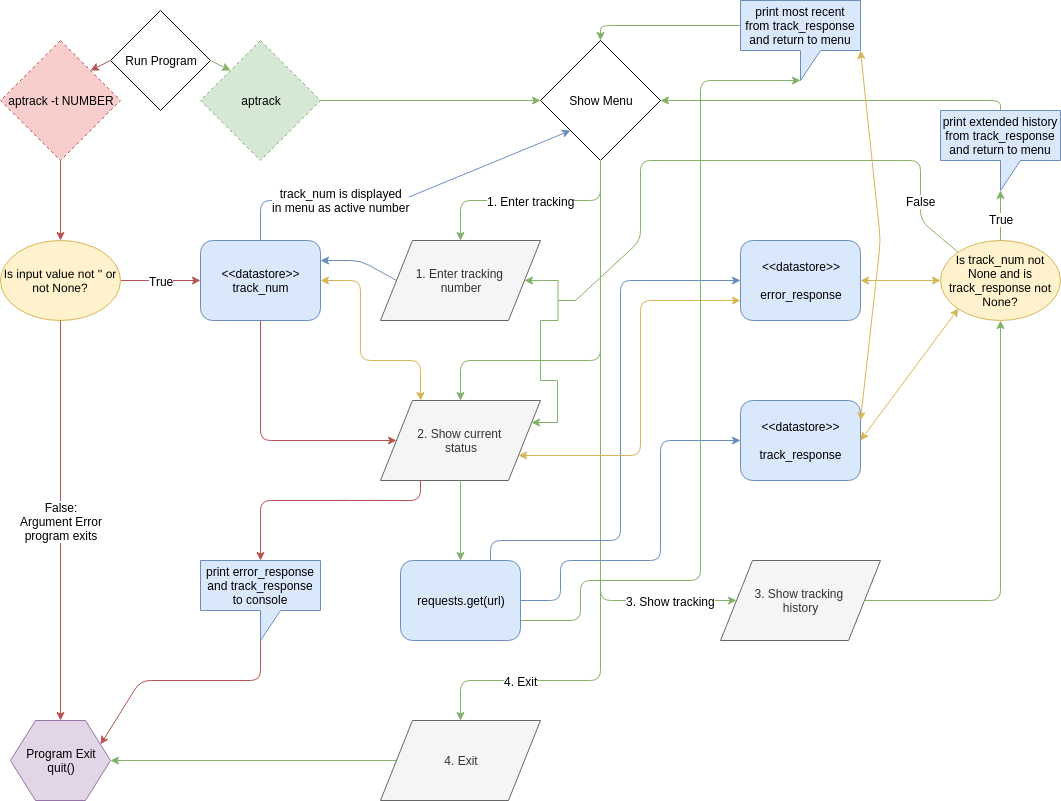
Earlier version of the draw.io export docs/samuel-allen-T1A2-13-control-flow-diagram.png (scallensc/aptrack). Source tidied: cells renumbered, new cells last; positions are measured from the earlier drawing's top-left corner, leaving out a move shared by most shapes. The source it was exported from:
```xml
<mxGraphModel>
  <root>
    <mxCell id="0" />
    <mxCell id="1" parent="0" />
    <mxCell id="2" style="edgeStyle=orthogonalEdgeStyle;rounded=0;jettySize=auto;html=1;exitX=0.5;exitY=1;exitDx=0;exitDy=0;entryX=0.5;entryY=0;entryDx=0;entryDy=0;fillColor=#f8cecc;strokeColor=#b85450;" parent="1" edge="1" source="3" target="26">
      <mxGeometry relative="1" as="geometry" />
    </mxCell>
    <mxCell id="3" value="aptrack -t NUMBER&lt;br&gt;" style="rhombus;whiteSpace=wrap;html=1;fillColor=#f8cecc;strokeColor=#b85450;dashed=1;" parent="1" vertex="1">
      <mxGeometry y="40" width="120" height="120" as="geometry" />
    </mxCell>
    <mxCell id="4" value="aptrack&lt;br&gt;" style="rhombus;whiteSpace=wrap;html=1;fillColor=#d5e8d4;strokeColor=#82b366;dashed=1;" parent="1" vertex="1">
      <mxGeometry x="200" y="40" width="120" height="120" as="geometry" />
    </mxCell>
    <mxCell id="5" value="Show Menu&lt;br&gt;" style="rhombus;whiteSpace=wrap;html=1;" parent="1" vertex="1">
      <mxGeometry x="540" y="40" width="120" height="120" as="geometry" />
    </mxCell>
    <mxCell id="6" value="1. Enter tracking &lt;br&gt;number&lt;br&gt;" style="shape=parallelogram;perimeter=parallelogramPerimeter;whiteSpace=wrap;html=1;fillColor=#f5f5f5;strokeColor=#666666;fontColor=#333333;" parent="1" vertex="1">
      <mxGeometry x="380" y="240" width="160" height="80" as="geometry" />
    </mxCell>
    <mxCell id="7" value="2. Show current &lt;br&gt;status&lt;br&gt;" style="shape=parallelogram;perimeter=parallelogramPerimeter;whiteSpace=wrap;html=1;fillColor=#f5f5f5;strokeColor=#666666;fontColor=#333333;" parent="1" vertex="1">
      <mxGeometry x="380" y="400" width="160" height="80" as="geometry" />
    </mxCell>
    <mxCell id="8" value="3. Show tracking &lt;br&gt;history" style="shape=parallelogram;perimeter=parallelogramPerimeter;whiteSpace=wrap;html=1;fillColor=#f5f5f5;strokeColor=#666666;fontColor=#333333;" parent="1" vertex="1">
      <mxGeometry x="720" y="560" width="160" height="80" as="geometry" />
    </mxCell>
    <mxCell id="9" value="4. Exit&lt;br&gt;" style="shape=parallelogram;perimeter=parallelogramPerimeter;whiteSpace=wrap;html=1;fillColor=#f5f5f5;strokeColor=#666666;fontColor=#333333;" parent="1" vertex="1">
      <mxGeometry x="380" y="720" width="160" height="80" as="geometry" />
    </mxCell>
    <mxCell id="10" value="&amp;lt;&amp;lt;datastore&amp;gt;&amp;gt;&lt;br&gt;track_num&lt;br&gt;" style="rounded=1;whiteSpace=wrap;html=1;fillColor=#dae8fc;strokeColor=#6c8ebf;" parent="1" vertex="1">
      <mxGeometry x="200" y="240" width="120" height="80" as="geometry" />
    </mxCell>
    <mxCell id="11" value="&amp;lt;&amp;lt;datastore&amp;gt;&amp;gt;&lt;br&gt;&lt;br&gt;error_response&lt;br&gt;" style="rounded=1;whiteSpace=wrap;html=1;fillColor=#dae8fc;strokeColor=#6c8ebf;" parent="1" vertex="1">
      <mxGeometry x="740" y="240" width="120" height="80" as="geometry" />
    </mxCell>
    <mxCell id="12" value="&amp;lt;&amp;lt;datastore&amp;gt;&amp;gt;&lt;br&gt;&lt;br&gt;track_response&lt;br&gt;" style="rounded=1;whiteSpace=wrap;html=1;fillColor=#dae8fc;strokeColor=#6c8ebf;" parent="1" vertex="1">
      <mxGeometry x="740" y="400" width="120" height="80" as="geometry" />
    </mxCell>
    <mxCell id="13" style="endArrow=classic;html=1;entryX=0.5;entryY=0;entryDx=0;entryDy=0;fillColor=#d5e8d4;strokeColor=#82b366;" parent="1" edge="1" target="6">
      <mxGeometry relative="1" as="geometry">
        <mxPoint x="600" y="160" as="sourcePoint" />
        <Array as="points">
          <mxPoint x="600" y="200" />
          <mxPoint x="460" y="200" />
        </Array>
      </mxGeometry>
    </mxCell>
    <mxCell id="14" value="1. Enter tracking" style="text;html=1;align=center;verticalAlign=middle;labelBackgroundColor=#ffffff;" parent="13" vertex="1">
      <mxGeometry x="0.22" y="1" relative="1" as="geometry">
        <mxPoint x="24" y="-1" as="offset" />
      </mxGeometry>
    </mxCell>
    <mxCell id="15" style="endArrow=classic;html=1;entryX=0.5;entryY=0;entryDx=0;entryDy=0;fillColor=#d5e8d4;strokeColor=#82b366;" parent="1" edge="1" target="7">
      <mxGeometry relative="1" as="geometry">
        <mxPoint x="600" y="160" as="sourcePoint" />
        <Array as="points">
          <mxPoint x="600" y="360" />
          <mxPoint x="460" y="360" />
        </Array>
      </mxGeometry>
    </mxCell>
    <mxCell id="16" style="endArrow=classic;html=1;entryX=0.5;entryY=0;entryDx=0;entryDy=0;exitX=0.5;exitY=1;exitDx=0;exitDy=0;fillColor=#d5e8d4;strokeColor=#82b366;" parent="1" edge="1" source="5" target="9">
      <mxGeometry relative="1" as="geometry">
        <Array as="points">
          <mxPoint x="600" y="680" />
          <mxPoint x="460" y="680" />
        </Array>
      </mxGeometry>
    </mxCell>
    <mxCell id="17" value="4. Exit&lt;br&gt;" style="text;html=1;align=center;verticalAlign=middle;labelBackgroundColor=#ffffff;" parent="16" vertex="1">
      <mxGeometry x="0.49" y="-50" relative="1" as="geometry">
        <mxPoint x="-80" y="50" as="offset" />
      </mxGeometry>
    </mxCell>
    <mxCell id="18" style="endArrow=classic;html=1;exitX=1;exitY=0.5;exitDx=0;exitDy=0;entryX=0;entryY=0.5;entryDx=0;entryDy=0;fillColor=#f8cecc;strokeColor=#b85450;" parent="1" edge="1" target="10">
      <mxGeometry relative="1" as="geometry">
        <mxPoint x="120" y="280" as="sourcePoint" />
      </mxGeometry>
    </mxCell>
    <mxCell id="19" value="True&lt;br&gt;" style="text;html=1;align=center;verticalAlign=middle;labelBackgroundColor=#ffffff;" parent="18" vertex="1">
      <mxGeometry x="-0.4" y="1" relative="1" as="geometry">
        <mxPoint x="16" y="1" as="offset" />
      </mxGeometry>
    </mxCell>
    <mxCell id="20" style="endArrow=classic;html=1;exitX=1;exitY=0.5;exitDx=0;exitDy=0;entryX=0;entryY=0.5;entryDx=0;entryDy=0;fillColor=#d5e8d4;strokeColor=#82b366;" parent="1" edge="1" source="4" target="5">
      <mxGeometry relative="1" as="geometry" />
    </mxCell>
    <mxCell id="21" style="endArrow=classic;html=1;entryX=0;entryY=0.5;entryDx=0;entryDy=0;exitX=0.5;exitY=1;exitDx=0;exitDy=0;fillColor=#d5e8d4;strokeColor=#82b366;" parent="1" edge="1" source="5" target="8">
      <mxGeometry relative="1" as="geometry">
        <Array as="points">
          <mxPoint x="600" y="600" />
        </Array>
      </mxGeometry>
    </mxCell>
    <mxCell id="22" value="3. Show tracking" style="text;html=1;align=center;verticalAlign=middle;labelBackgroundColor=#ffffff;" parent="21" vertex="1">
      <mxGeometry x="0.53" y="54" relative="1" as="geometry">
        <mxPoint x="70" y="54" as="offset" />
      </mxGeometry>
    </mxCell>
    <mxCell id="23" value="Program Exit&lt;br&gt;quit()&lt;br&gt;" style="shape=hexagon;perimeter=hexagonPerimeter2;whiteSpace=wrap;html=1;fillColor=#e1d5e7;strokeColor=#9673a6;" parent="1" vertex="1">
      <mxGeometry x="10" y="720" width="100" height="80" as="geometry" />
    </mxCell>
    <mxCell id="24" style="endArrow=classic;html=1;entryX=1;entryY=0.5;entryDx=0;entryDy=0;exitX=0;exitY=0.5;exitDx=0;exitDy=0;fillColor=#d5e8d4;strokeColor=#82b366;" parent="1" edge="1" source="9" target="23">
      <mxGeometry relative="1" as="geometry" />
    </mxCell>
    <mxCell id="25" style="endArrow=classic;html=1;exitX=0.5;exitY=1;exitDx=0;exitDy=0;entryX=0;entryY=0.5;entryDx=0;entryDy=0;fillColor=#f8cecc;strokeColor=#b85450;" parent="1" edge="1" source="10" target="7">
      <mxGeometry relative="1" as="geometry">
        <Array as="points">
          <mxPoint x="260" y="440" />
        </Array>
      </mxGeometry>
    </mxCell>
    <mxCell id="26" value="&lt;span&gt;Is input value not '' or not None?&lt;/span&gt;" style="ellipse;whiteSpace=wrap;html=1;fillColor=#fff2cc;strokeColor=#d6b656;" parent="1" vertex="1">
      <mxGeometry y="240" width="120" height="80" as="geometry" />
    </mxCell>
    <mxCell id="27" style="endArrow=classic;html=1;entryX=0.5;entryY=0;entryDx=0;entryDy=0;exitX=0.5;exitY=1;exitDx=0;exitDy=0;fillColor=#f8cecc;strokeColor=#b85450;" parent="1" edge="1" source="26" target="23">
      <mxGeometry relative="1" as="geometry" />
    </mxCell>
    <mxCell id="28" value="False:&lt;br&gt;Argument Error&lt;br&gt;program exits&lt;br&gt;" style="text;html=1;align=center;verticalAlign=middle;labelBackgroundColor=#ffffff;" parent="27" vertex="1">
      <mxGeometry x="0.04" y="-2" relative="1" as="geometry">
        <mxPoint x="2" y="-9" as="offset" />
      </mxGeometry>
    </mxCell>
    <mxCell id="29" style="endArrow=classic;html=1;exitX=0.5;exitY=0;exitDx=0;exitDy=0;entryX=0;entryY=1;entryDx=0;entryDy=0;fillColor=#dae8fc;strokeColor=#6c8ebf;" parent="1" edge="1" source="10" target="5">
      <mxGeometry relative="1" as="geometry">
        <Array as="points">
          <mxPoint x="260" y="200" />
          <mxPoint x="400" y="200" />
        </Array>
      </mxGeometry>
    </mxCell>
    <mxCell id="30" value="track_num is displayed&lt;br&gt;in menu as active number&lt;br&gt;" style="text;html=1;align=center;verticalAlign=middle;labelBackgroundColor=#ffffff;" parent="29" vertex="1">
      <mxGeometry x="-0.34" y="1" relative="1" as="geometry" />
    </mxCell>
    <mxCell id="31" value="print error_response&lt;br&gt;and track_response to console&lt;br&gt;" style="shape=callout;whiteSpace=wrap;html=1;perimeter=calloutPerimeter;fillColor=#dae8fc;strokeColor=#6c8ebf;" parent="1" vertex="1">
      <mxGeometry x="200" y="560" width="120" height="80" as="geometry" />
    </mxCell>
    <mxCell id="32" style="endArrow=classic;html=1;exitX=0.25;exitY=1;exitDx=0;exitDy=0;entryX=0.5;entryY=0;entryDx=0;entryDy=0;entryPerimeter=0;fillColor=#f8cecc;strokeColor=#b85450;" parent="1" edge="1" source="7" target="31">
      <mxGeometry relative="1" as="geometry">
        <Array as="points">
          <mxPoint x="420" y="500" />
          <mxPoint x="360" y="500" />
          <mxPoint x="260" y="500" />
          <mxPoint x="260" y="520" />
        </Array>
      </mxGeometry>
    </mxCell>
    <mxCell id="33" style="endArrow=classic;html=1;entryX=1;entryY=0.25;entryDx=0;entryDy=0;exitX=0;exitY=0;exitDx=60;exitDy=80;exitPerimeter=0;fillColor=#f8cecc;strokeColor=#b85450;" parent="1" edge="1" source="31" target="23">
      <mxGeometry relative="1" as="geometry">
        <Array as="points">
          <mxPoint x="260" y="680" />
          <mxPoint x="140" y="680" />
        </Array>
      </mxGeometry>
    </mxCell>
    <mxCell id="34" value="Is track_num not None and is track_response not None?&lt;br&gt;" style="ellipse;whiteSpace=wrap;html=1;fillColor=#fff2cc;strokeColor=#d6b656;" parent="1" vertex="1">
      <mxGeometry x="940" y="240" width="120" height="80" as="geometry" />
    </mxCell>
    <mxCell id="35" style="endArrow=classic;html=1;entryX=0.5;entryY=1;entryDx=0;entryDy=0;exitX=1;exitY=0.5;exitDx=0;exitDy=0;fillColor=#d5e8d4;strokeColor=#82b366;" parent="1" edge="1" source="8" target="34">
      <mxGeometry relative="1" as="geometry">
        <Array as="points">
          <mxPoint x="1000" y="600" />
        </Array>
      </mxGeometry>
    </mxCell>
    <mxCell id="36" value="requests.get(url)" style="rounded=1;whiteSpace=wrap;html=1;fillColor=#dae8fc;strokeColor=#6c8ebf;" parent="1" vertex="1">
      <mxGeometry x="400" y="560" width="120" height="80" as="geometry" />
    </mxCell>
    <mxCell id="37" style="endArrow=classic;html=1;exitX=0.75;exitY=0;exitDx=0;exitDy=0;entryX=0;entryY=0.5;entryDx=0;entryDy=0;fillColor=#dae8fc;strokeColor=#6c8ebf;" parent="1" edge="1" source="36" target="11">
      <mxGeometry relative="1" as="geometry">
        <Array as="points">
          <mxPoint x="490" y="540" />
          <mxPoint x="620" y="540" />
          <mxPoint x="620" y="400" />
          <mxPoint x="620" y="280" />
        </Array>
      </mxGeometry>
    </mxCell>
    <mxCell id="38" style="endArrow=classic;html=1;exitX=1;exitY=0.5;exitDx=0;exitDy=0;entryX=0;entryY=0.5;entryDx=0;entryDy=0;fillColor=#dae8fc;strokeColor=#6c8ebf;" parent="1" edge="1" source="36" target="12">
      <mxGeometry relative="1" as="geometry">
        <Array as="points">
          <mxPoint x="560" y="600" />
          <mxPoint x="560" y="560" />
          <mxPoint x="660" y="560" />
          <mxPoint x="660" y="440" />
        </Array>
      </mxGeometry>
    </mxCell>
    <mxCell id="39" style="endArrow=classic;html=1;fillColor=#fff2cc;strokeColor=#d6b656;exitX=0;exitY=0.5;exitDx=0;exitDy=0;entryX=1;entryY=0.5;entryDx=0;entryDy=0;startArrow=classic;startFill=1;" parent="1" edge="1" source="34" target="11">
      <mxGeometry relative="1" as="geometry" />
    </mxCell>
    <mxCell id="40" style="endArrow=classic;html=1;fillColor=#fff2cc;strokeColor=#d6b656;exitX=0;exitY=1;exitDx=0;exitDy=0;entryX=1;entryY=0.5;entryDx=0;entryDy=0;startArrow=classic;startFill=1;" parent="1" edge="1" source="34" target="12">
      <mxGeometry relative="1" as="geometry" />
    </mxCell>
    <mxCell id="41" value="print extended history from track_response&lt;br&gt;and return to menu&lt;br&gt;" style="shape=callout;whiteSpace=wrap;html=1;perimeter=calloutPerimeter;fillColor=#dae8fc;strokeColor=#6c8ebf;" parent="1" vertex="1">
      <mxGeometry x="940" y="110" width="120" height="80" as="geometry" />
    </mxCell>
    <mxCell id="42" style="endArrow=classic;html=1;exitX=0.5;exitY=0;exitDx=0;exitDy=0;entryX=0;entryY=0;entryDx=60;entryDy=80;entryPerimeter=0;fillColor=#d5e8d4;strokeColor=#82b366;" parent="1" edge="1" source="34" target="41">
      <mxGeometry relative="1" as="geometry" />
    </mxCell>
    <mxCell id="43" value="True" style="text;html=1;align=center;verticalAlign=middle;labelBackgroundColor=#ffffff;" parent="42" vertex="1">
      <mxGeometry x="0.67" y="-1" relative="1" as="geometry">
        <mxPoint x="-1" y="20" as="offset" />
      </mxGeometry>
    </mxCell>
    <mxCell id="44" style="endArrow=classic;html=1;entryX=1;entryY=0.5;entryDx=0;entryDy=0;exitX=0.5;exitY=0;exitDx=0;exitDy=0;exitPerimeter=0;fillColor=#d5e8d4;strokeColor=#82b366;" parent="1" edge="1" source="41" target="5">
      <mxGeometry relative="1" as="geometry">
        <Array as="points">
          <mxPoint x="1000" y="100" />
        </Array>
      </mxGeometry>
    </mxCell>
    <mxCell id="45" style="endArrow=classic;html=1;entryX=0.5;entryY=0;entryDx=0;entryDy=0;exitX=0.5;exitY=1;exitDx=0;exitDy=0;fillColor=#d5e8d4;strokeColor=#82b366;" parent="1" edge="1" source="7" target="36">
      <mxGeometry relative="1" as="geometry" />
    </mxCell>
    <mxCell id="46" style="endArrow=classic;startArrow=classic;html=1;exitX=1;exitY=0.5;exitDx=0;exitDy=0;fillColor=#fff2cc;strokeColor=#d6b656;entryX=0.25;entryY=0;entryDx=0;entryDy=0;" parent="1" edge="1" source="10" target="7">
      <mxGeometry relative="1" as="geometry">
        <Array as="points">
          <mxPoint x="360" y="280" />
          <mxPoint x="360" y="360" />
          <mxPoint x="420" y="360" />
        </Array>
      </mxGeometry>
    </mxCell>
    <mxCell id="47" style="endArrow=classic;startArrow=classic;html=1;exitX=1;exitY=0.75;exitDx=0;exitDy=0;entryX=0;entryY=0.75;entryDx=0;entryDy=0;fillColor=#fff2cc;strokeColor=#d6b656;" parent="1" edge="1" source="7" target="11">
      <mxGeometry relative="1" as="geometry">
        <Array as="points">
          <mxPoint x="640" y="455" />
          <mxPoint x="640" y="300" />
        </Array>
      </mxGeometry>
    </mxCell>
    <mxCell id="48" style="endArrow=none;html=1;exitX=0;exitY=0;exitDx=0;exitDy=0;entryX=0;entryY=0.5;entryDx=0;entryDy=0;fillColor=#d5e8d4;strokeColor=#82b366;entryPerimeter=0;endFill=0;" parent="1" edge="1" source="34">
      <mxGeometry relative="1" as="geometry">
        <mxPoint x="900" y="160" as="targetPoint" />
        <Array as="points">
          <mxPoint x="920" y="220" />
          <mxPoint x="920" y="160" />
        </Array>
      </mxGeometry>
    </mxCell>
    <mxCell id="49" value="False&lt;br&gt;" style="text;html=1;align=center;verticalAlign=middle;labelBackgroundColor=#ffffff;" parent="48" vertex="1">
      <mxGeometry x="-0.09" y="-1" relative="1" as="geometry">
        <mxPoint x="-1" y="-10.5" as="offset" />
      </mxGeometry>
    </mxCell>
    <mxCell id="50" style="endArrow=none;html=1;entryX=0;entryY=0.5;entryDx=0;entryDy=0;fillColor=#d5e8d4;strokeColor=#82b366;entryPerimeter=0;endFill=0;" parent="1" edge="1" target="52">
      <mxGeometry relative="1" as="geometry">
        <mxPoint x="900" y="160" as="sourcePoint" />
        <Array as="points">
          <mxPoint x="640" y="160" />
          <mxPoint x="640" y="240" />
        </Array>
      </mxGeometry>
    </mxCell>
    <mxCell id="51" style="endArrow=classic;html=1;exitX=0;exitY=0.5;exitDx=0;exitDy=0;entryX=1;entryY=0.25;entryDx=0;entryDy=0;fillColor=#dae8fc;strokeColor=#6c8ebf;" parent="1" edge="1" source="6" target="10">
      <mxGeometry relative="1" as="geometry">
        <Array as="points">
          <mxPoint x="360" y="260" />
        </Array>
      </mxGeometry>
    </mxCell>
    <mxCell id="52" style="strokeWidth=1;html=1;shape=mxgraph.flowchart.annotation_2;align=left;fillColor=#d5e8d4;strokeColor=#82b366;rotation=180;" parent="1" vertex="1">
      <mxGeometry x="540" y="280" width="35" height="40" as="geometry" />
    </mxCell>
    <mxCell id="53" style="endArrow=classic;html=1;entryX=1;entryY=0.5;entryDx=0;entryDy=0;exitX=1;exitY=1;exitDx=0;exitDy=0;exitPerimeter=0;fillColor=#d5e8d4;strokeColor=#82b366;" parent="1" edge="1" source="52" target="6">
      <mxGeometry relative="1" as="geometry" />
    </mxCell>
    <mxCell id="54" style="edgeStyle=orthogonalEdgeStyle;rounded=0;jettySize=auto;html=1;entryX=1;entryY=0;entryDx=0;entryDy=0;entryPerimeter=0;startArrow=classic;startFill=1;endArrow=none;endFill=0;fillColor=#d5e8d4;strokeColor=#82b366;exitX=1;exitY=0.25;exitDx=0;exitDy=0;" parent="1" edge="1" source="7" target="52">
      <mxGeometry relative="1" as="geometry">
        <Array as="points">
          <mxPoint x="557" y="422" />
          <mxPoint x="557" y="380" />
          <mxPoint x="540" y="380" />
        </Array>
      </mxGeometry>
    </mxCell>
    <mxCell id="55" value="print most recent from track_response&lt;br&gt;and return to menu&lt;br&gt;" style="shape=callout;whiteSpace=wrap;html=1;perimeter=calloutPerimeter;fillColor=#dae8fc;strokeColor=#6c8ebf;" parent="1" vertex="1">
      <mxGeometry x="740" width="120" height="80" as="geometry" />
    </mxCell>
    <mxCell id="56" style="endArrow=classic;html=1;entryX=0.5;entryY=0;entryDx=0;entryDy=0;exitX=0;exitY=0;exitDx=0;exitDy=25;exitPerimeter=0;fillColor=#d5e8d4;strokeColor=#82b366;" parent="1" edge="1" source="55" target="5">
      <mxGeometry relative="1" as="geometry">
        <Array as="points">
          <mxPoint x="600" y="25" />
        </Array>
      </mxGeometry>
    </mxCell>
    <mxCell id="57" style="endArrow=classic;html=1;exitX=1;exitY=0.75;exitDx=0;exitDy=0;entryX=0;entryY=0;entryDx=60;entryDy=80;entryPerimeter=0;fillColor=#d5e8d4;strokeColor=#82b366;" parent="1" edge="1" source="36" target="55">
      <mxGeometry relative="1" as="geometry">
        <Array as="points">
          <mxPoint x="580" y="620" />
          <mxPoint x="580" y="580" />
          <mxPoint x="700" y="580" />
          <mxPoint x="700" y="80" />
        </Array>
      </mxGeometry>
    </mxCell>
    <mxCell id="58" style="endArrow=classic;startArrow=classic;html=1;entryX=0;entryY=0;entryDx=120;entryDy=50;entryPerimeter=0;exitX=1;exitY=0.25;exitDx=0;exitDy=0;fillColor=#fff2cc;strokeColor=#d6b656;" parent="1" edge="1" source="12" target="55">
      <mxGeometry relative="1" as="geometry">
        <Array as="points">
          <mxPoint x="880" y="240" />
        </Array>
      </mxGeometry>
    </mxCell>
    <mxCell id="59" value="Run Program" style="rhombus;whiteSpace=wrap;html=1;strokeWidth=1;" parent="1" vertex="1">
      <mxGeometry x="110" y="10" width="100" height="100" as="geometry" />
    </mxCell>
    <mxCell id="60" style="endArrow=classic;html=1;exitX=0;exitY=0.5;exitDx=0;exitDy=0;entryX=1;entryY=0;entryDx=0;entryDy=0;fillColor=#f8cecc;strokeColor=#b85450;" parent="1" edge="1" source="59" target="3">
      <mxGeometry relative="1" as="geometry" />
    </mxCell>
    <mxCell id="61" style="endArrow=classic;html=1;entryX=0;entryY=0;entryDx=0;entryDy=0;exitX=1;exitY=0.5;exitDx=0;exitDy=0;fillColor=#d5e8d4;strokeColor=#82b366;" parent="1" edge="1" source="59" target="4">
      <mxGeometry relative="1" as="geometry" />
    </mxCell>
  </root>
</mxGraphModel>
```
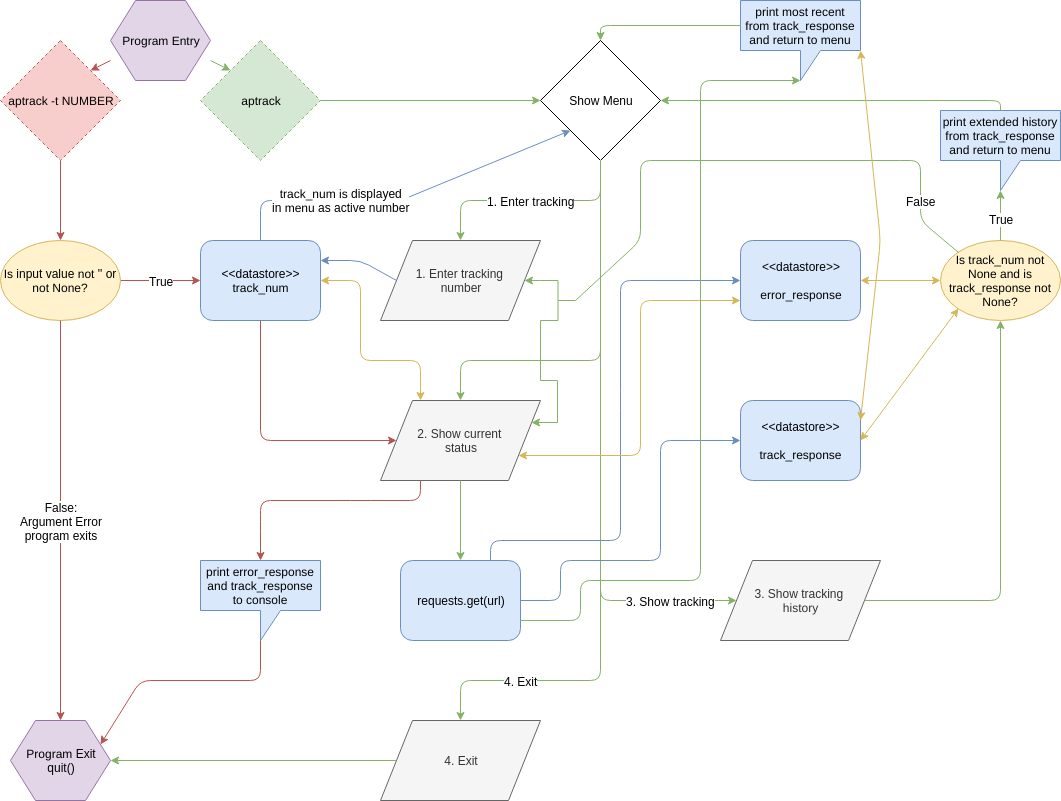
Later version of the same file.

Change to the diagram source:
```diff
@@ -301,14 +301,18 @@
         </Array>
       </mxGeometry>
     </mxCell>
-    <mxCell id="59" value="Run Program" style="rhombus;whiteSpace=wrap;html=1;strokeWidth=1;" parent="1" vertex="1">
-      <mxGeometry x="110" y="10" width="100" height="100" as="geometry" />
-    </mxCell>
-    <mxCell id="60" style="endArrow=classic;html=1;exitX=0;exitY=0.5;exitDx=0;exitDy=0;entryX=1;entryY=0;entryDx=0;entryDy=0;fillColor=#f8cecc;strokeColor=#b85450;" parent="1" edge="1" source="59" target="3">
-      <mxGeometry relative="1" as="geometry" />
+    <mxCell id="60" style="endArrow=classic;html=1;exitX=0;exitY=0.5;exitDx=0;exitDy=0;entryX=1;entryY=0;entryDx=0;entryDy=0;fillColor=#f8cecc;strokeColor=#b85450;" parent="1" edge="1" target="3">
+      <mxGeometry relative="1" as="geometry">
+        <mxPoint x="110" y="60" as="sourcePoint" />
+      </mxGeometry>
     </mxCell>
-    <mxCell id="61" style="endArrow=classic;html=1;entryX=0;entryY=0;entryDx=0;entryDy=0;exitX=1;exitY=0.5;exitDx=0;exitDy=0;fillColor=#d5e8d4;strokeColor=#82b366;" parent="1" edge="1" source="59" target="4">
-      <mxGeometry relative="1" as="geometry" />
+    <mxCell id="61" style="endArrow=classic;html=1;entryX=0;entryY=0;entryDx=0;entryDy=0;exitX=1;exitY=0.5;exitDx=0;exitDy=0;fillColor=#d5e8d4;strokeColor=#82b366;" parent="1" edge="1" target="4">
+      <mxGeometry relative="1" as="geometry">
+        <mxPoint x="210" y="60" as="sourcePoint" />
+      </mxGeometry>
     </mxCell>
+    <mxCell id="62" value="Program Entry&lt;br&gt;" style="shape=hexagon;perimeter=hexagonPerimeter2;whiteSpace=wrap;html=1;fillColor=#e1d5e7;strokeColor=#9673a6;" parent="1" vertex="1">
+      <mxGeometry x="110" width="100" height="80" as="geometry" />
+    </mxCell>
   </root>
 </mxGraphModel>
```
